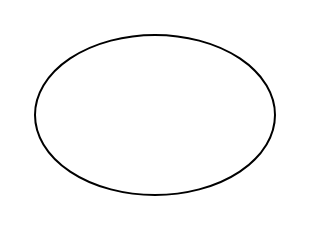
caixuecheng/track-drawio keeps this draw.io diagram as manifest/草稿箱/录入舱单—在线录入.drawio. Above is the earlier version. Source tidied: cells renumbered, new cells numbered last; positions are measured from the earlier drawing's top-left corner, leaving out a move shared by most shapes. Both pictures are drawn from the tidied source at 200%, with x=0, y=0 at pixel (34, 34).
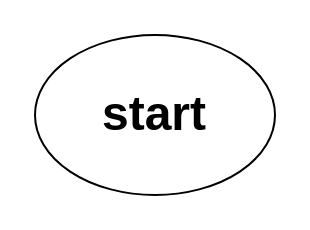
The same diagram, later.

Commit message (it also covers changes not shown here):
更新录入舱单—在线录入.drawio

The edit, as a diff of the source:
```diff
@@
 <mxGraphModel>
   <root>
     <mxCell id="0" />
     <mxCell id="1" parent="0" />
-    <mxCell id="2" style="ellipse;whiteSpace=wrap;html=1;" parent="1" vertex="1">
+    <mxCell id="2" value="&lt;h1&gt;start&lt;/h1&gt;" style="ellipse;whiteSpace=wrap;html=1;" parent="1" vertex="1">
       <mxGeometry width="120" height="80" as="geometry" />
     </mxCell>
   </root>
 </mxGraphModel>
```
